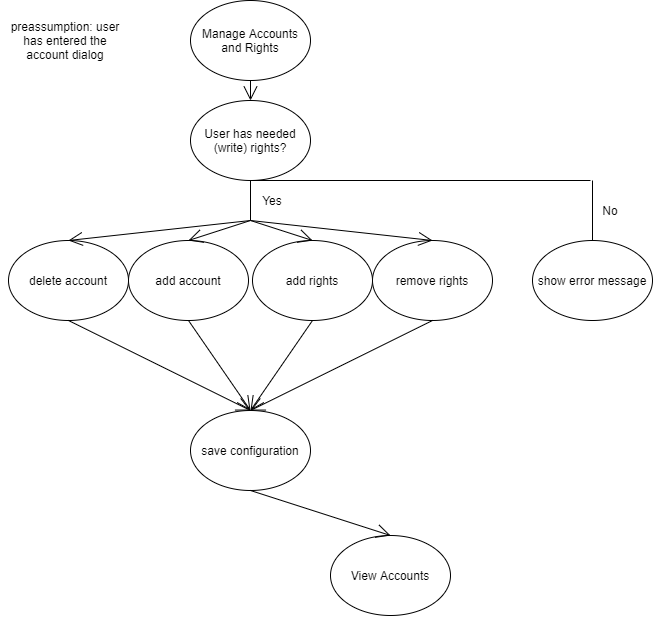
Above: ManageAccountsAndRights_ActivityDiagram.png in mymanu/Camera-Observation-Tool-Documentation (draw.io), before the change. Source tidied: cells renumbered, new cells last; positions are measured from the earlier drawing's top-left corner, leaving out a move shared by most shapes.
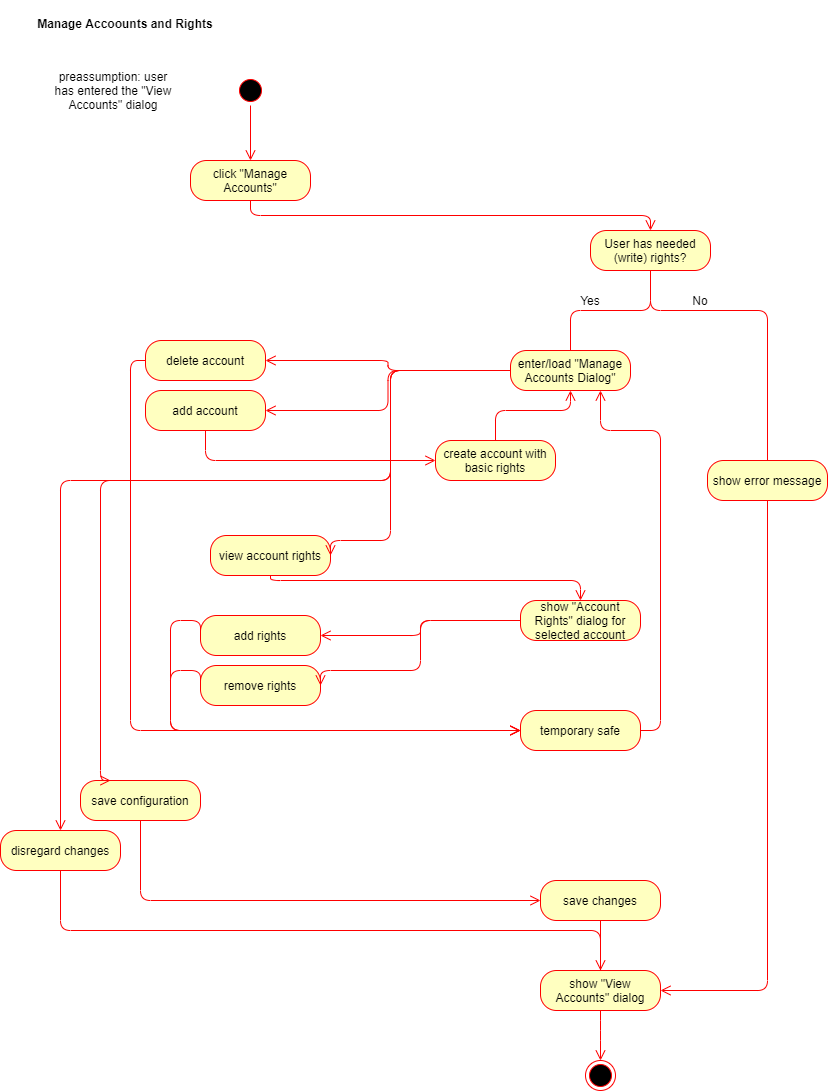
The same diagram one commit later.

Diff of the diagram source:
```diff
@@ -2,100 +2,225 @@
   <root>
     <mxCell id="0" />
     <mxCell id="1" parent="0" />
-    <mxCell id="2" value="Manage Accounts and Rights" style="ellipse;whiteSpace=wrap;html=1;" parent="1" vertex="1">
-      <mxGeometry x="190" width="120" height="80" as="geometry" />
-    </mxCell>
+    <mxCell id="11" value="Yes" style="text;html=1;strokeColor=none;fillColor=none;align=center;verticalAlign=middle;whiteSpace=wrap;rounded=0;" parent="1" vertex="1">
+      <mxGeometry x="540" y="280" width="40" height="20" as="geometry" />
+    </mxCell>
+    <mxCell id="13" value="No" style="text;html=1;strokeColor=none;fillColor=none;align=center;verticalAlign=middle;whiteSpace=wrap;rounded=0;" parent="1" vertex="1">
+      <mxGeometry x="650" y="280" width="40" height="20" as="geometry" />
+    </mxCell>
+    <mxCell id="16" value="preassumption: user has entered the &quot;View Accounts&quot; dialog" style="text;html=1;strokeColor=none;fillColor=none;align=center;verticalAlign=middle;whiteSpace=wrap;rounded=0;" parent="1" vertex="1">
+      <mxGeometry x="18" y="70" width="130" height="20" as="geometry" />
+    </mxCell>
+    <mxCell id="9" value="User has needed (write) rights?" style="rounded=1;whiteSpace=wrap;html=1;arcSize=40;fontColor=#000000;fillColor=#ffffc0;strokeColor=#ff0000;" parent="1" vertex="1">
+      <mxGeometry x="560" y="220" width="120" height="40" as="geometry" />
+    </mxCell>
+    <mxCell id="27" style="ellipse;html=1;shape=startState;fillColor=#000000;strokeColor=#ff0000;" parent="1" vertex="1">
+      <mxGeometry x="205" y="65" width="30" height="30" as="geometry" />
+    </mxCell>
+    <mxCell id="28" style="edgeStyle=orthogonalEdgeStyle;html=1;verticalAlign=bottom;endArrow=open;endSize=8;strokeColor=#ff0000;entryX=0.5;entryY=0;entryDx=0;entryDy=0;" parent="1" edge="1" source="27" target="33">
+      <mxGeometry relative="1" as="geometry" />
+    </mxCell>
+    <mxCell id="29" value="Manage Accoounts and Rights" style="text;align=center;fontStyle=1;verticalAlign=middle;spacingLeft=3;spacingRight=3;strokeColor=none;" parent="1" vertex="1">
+      <mxGeometry x="-30" y="-10" width="250" height="46" as="geometry" />
+    </mxCell>
+    <mxCell id="30" style="ellipse;html=1;shape=endState;fillColor=#000000;strokeColor=#ff0000;" parent="1" vertex="1">
+      <mxGeometry x="555" y="1050" width="30" height="30" as="geometry" />
+    </mxCell>
+    <mxCell id="31" style="endArrow=none;html=1;edgeStyle=orthogonalEdgeStyle;strokeColor=#FF0000;entryX=0.5;entryY=1;entryDx=0;entryDy=0;exitX=0.5;exitY=0;exitDx=0;exitDy=0;" parent="1" edge="1" source="35" target="9">
+      <mxGeometry relative="1" as="geometry" />
+    </mxCell>
+    <mxCell id="32" style="endArrow=none;html=1;edgeStyle=orthogonalEdgeStyle;strokeColor=#FF0000;entryX=0.5;entryY=1;entryDx=0;entryDy=0;exitX=0.5;exitY=0;exitDx=0;exitDy=0;" parent="1" edge="1" source="8" target="9">
+      <mxGeometry relative="1" as="geometry">
+        <Array as="points">
+          <mxPoint x="737" y="300" />
+          <mxPoint x="620" y="300" />
+        </Array>
+      </mxGeometry>
+    </mxCell>
+    <mxCell id="33" value="click &quot;Manage Accounts&quot;" style="rounded=1;whiteSpace=wrap;html=1;arcSize=40;fontColor=#000000;fillColor=#ffffc0;strokeColor=#ff0000;" parent="1" vertex="1">
+      <mxGeometry x="160" y="150" width="120" height="40" as="geometry" />
+    </mxCell>
+    <mxCell id="34" style="edgeStyle=orthogonalEdgeStyle;html=1;verticalAlign=bottom;endArrow=open;endSize=8;strokeColor=#ff0000;entryX=0.5;entryY=0;entryDx=0;entryDy=0;exitX=0.5;exitY=1;exitDx=0;exitDy=0;" parent="1" edge="1" source="33" target="9">
+      <mxGeometry relative="1" as="geometry" />
+    </mxCell>
+    <mxCell id="8" value="show error message" style="rounded=1;whiteSpace=wrap;html=1;arcSize=40;fontColor=#000000;fillColor=#ffffc0;strokeColor=#ff0000;" parent="1" vertex="1">
+      <mxGeometry x="677" y="450" width="120" height="40" as="geometry" />
+    </mxCell>
+    <mxCell id="35" value="enter/load &quot;Manage Accounts Dialog&quot;" style="rounded=1;whiteSpace=wrap;html=1;arcSize=40;fontColor=#000000;fillColor=#ffffc0;strokeColor=#ff0000;" parent="1" vertex="1">
+      <mxGeometry x="480" y="340" width="120" height="40" as="geometry" />
+    </mxCell>
+    <mxCell id="5" value="delete account" style="rounded=1;whiteSpace=wrap;html=1;arcSize=40;fontColor=#000000;fillColor=#ffffc0;strokeColor=#ff0000;" parent="1" vertex="1">
+      <mxGeometry x="115" y="330" width="120" height="40" as="geometry" />
+    </mxCell>
-    <mxCell id="3" value="add account" style="ellipse;whiteSpace=wrap;html=1;" parent="1" vertex="1">
-      <mxGeometry x="128" y="240" width="120" height="80" as="geometry" />
+    <mxCell id="3" value="add account" style="rounded=1;whiteSpace=wrap;html=1;arcSize=40;fontColor=#000000;fillColor=#ffffc0;strokeColor=#ff0000;" parent="1" vertex="1">
+      <mxGeometry x="115" y="380" width="120" height="40" as="geometry" />
     </mxCell>
-    <mxCell id="4" value="add rights" style="ellipse;whiteSpace=wrap;html=1;" parent="1" vertex="1">
-      <mxGeometry x="252" y="240" width="120" height="80" as="geometry" />
+    <mxCell id="4" value="add rights" style="rounded=1;whiteSpace=wrap;html=1;arcSize=40;fontColor=#000000;fillColor=#ffffc0;strokeColor=#ff0000;" parent="1" vertex="1">
+      <mxGeometry x="170" y="605" width="120" height="40" as="geometry" />
     </mxCell>
-    <mxCell id="5" value="delete account" style="ellipse;whiteSpace=wrap;html=1;" parent="1" vertex="1">
-      <mxGeometry x="8" y="240" width="120" height="80" as="geometry" />
-    </mxCell>
+    <mxCell id="7" value="remove rights" style="rounded=1;whiteSpace=wrap;html=1;arcSize=40;fontColor=#000000;fillColor=#ffffc0;strokeColor=#ff0000;" parent="1" vertex="1">
+      <mxGeometry x="170" y="655" width="120" height="40" as="geometry" />
+    </mxCell>
-    <mxCell id="6" value="save configuration" style="ellipse;whiteSpace=wrap;html=1;" parent="1" vertex="1">
-      <mxGeometry x="190" y="410" width="120" height="80" as="geometry" />
+    <mxCell id="6" value="save configuration" style="rounded=1;whiteSpace=wrap;html=1;arcSize=40;fontColor=#000000;fillColor=#ffffc0;strokeColor=#ff0000;" parent="1" vertex="1">
+      <mxGeometry x="50" y="770" width="120" height="40" as="geometry" />
     </mxCell>
-    <mxCell id="7" value="remove rights" style="ellipse;whiteSpace=wrap;html=1;" parent="1" vertex="1">
-      <mxGeometry x="372" y="240" width="120" height="80" as="geometry" />
-    </mxCell>
-    <mxCell id="8" value="show error message" style="ellipse;whiteSpace=wrap;html=1;" parent="1" vertex="1">
-      <mxGeometry x="532" y="240" width="120" height="80" as="geometry" />
-    </mxCell>
-    <mxCell id="9" value="User has needed (write) rights?" style="ellipse;whiteSpace=wrap;html=1;" parent="1" vertex="1">
-      <mxGeometry x="190" y="100" width="120" height="80" as="geometry" />
-    </mxCell>
-    <mxCell id="10" style="endArrow=none;html=1;exitX=0.5;exitY=1;exitDx=0;exitDy=0;" parent="1" edge="1" source="9">
-      <mxGeometry relative="1" as="geometry">
-        <mxPoint x="250" y="220" as="targetPoint" />
-      </mxGeometry>
-    </mxCell>
-    <mxCell id="11" value="Yes" style="text;html=1;strokeColor=none;fillColor=none;align=center;verticalAlign=middle;whiteSpace=wrap;rounded=0;" parent="1" vertex="1">
-      <mxGeometry x="252" y="190" width="40" height="20" as="geometry" />
-    </mxCell>
-    <mxCell id="12" value="View Accounts" style="ellipse;whiteSpace=wrap;html=1;" parent="1" vertex="1">
-      <mxGeometry x="330" y="535" width="120" height="80" as="geometry" />
-    </mxCell>
-    <mxCell id="13" value="No" style="text;html=1;strokeColor=none;fillColor=none;align=center;verticalAlign=middle;whiteSpace=wrap;rounded=0;" parent="1" vertex="1">
-      <mxGeometry x="590" y="200" width="40" height="20" as="geometry" />
-    </mxCell>
-    <mxCell id="14" style="endArrow=none;html=1;exitX=0.5;exitY=1;exitDx=0;exitDy=0;" parent="1" edge="1" source="9">
-      <mxGeometry relative="1" as="geometry">
-        <mxPoint x="590" y="180" as="targetPoint" />
-      </mxGeometry>
-    </mxCell>
-    <mxCell id="15" style="endArrow=none;html=1;entryX=0.5;entryY=0;entryDx=0;entryDy=0;" parent="1" edge="1" target="8">
-      <mxGeometry relative="1" as="geometry">
-        <mxPoint x="592" y="180" as="sourcePoint" />
-      </mxGeometry>
-    </mxCell>
-    <mxCell id="16" value="preassumption: user has entered the account dialog" style="text;html=1;strokeColor=none;fillColor=none;align=center;verticalAlign=middle;whiteSpace=wrap;rounded=0;" parent="1" vertex="1">
-      <mxGeometry y="30" width="130" height="20" as="geometry" />
-    </mxCell>
-    <mxCell id="17" style="endArrow=open;endFill=1;endSize=12;html=1;exitX=0.5;exitY=1;exitDx=0;exitDy=0;entryX=0.5;entryY=0;entryDx=0;entryDy=0;" parent="1" edge="1" source="2" target="9">
-      <mxGeometry relative="1" as="geometry" />
-    </mxCell>
-    <mxCell id="18" style="endArrow=open;endFill=1;endSize=12;html=1;entryX=0.5;entryY=0;entryDx=0;entryDy=0;" parent="1" edge="1" target="5">
-      <mxGeometry relative="1" as="geometry">
-        <mxPoint x="250" y="220" as="sourcePoint" />
-      </mxGeometry>
-    </mxCell>
-    <mxCell id="19" style="endArrow=open;endFill=1;endSize=12;html=1;entryX=0.5;entryY=0;entryDx=0;entryDy=0;" parent="1" edge="1" target="3">
-      <mxGeometry relative="1" as="geometry">
-        <mxPoint x="250" y="220" as="sourcePoint" />
-      </mxGeometry>
-    </mxCell>
-    <mxCell id="20" style="endArrow=open;endFill=1;endSize=12;html=1;entryX=0.5;entryY=0;entryDx=0;entryDy=0;" parent="1" edge="1" target="4">
-      <mxGeometry relative="1" as="geometry">
-        <mxPoint x="250" y="220" as="sourcePoint" />
-      </mxGeometry>
-    </mxCell>
-    <mxCell id="21" style="endArrow=open;endFill=1;endSize=12;html=1;entryX=0.5;entryY=0;entryDx=0;entryDy=0;" parent="1" edge="1" target="7">
-      <mxGeometry relative="1" as="geometry">
-        <mxPoint x="250" y="220" as="sourcePoint" />
-      </mxGeometry>
-    </mxCell>
-    <mxCell id="22" style="endArrow=open;endFill=1;endSize=12;html=1;entryX=0.5;entryY=0;entryDx=0;entryDy=0;exitX=0.5;exitY=1;exitDx=0;exitDy=0;" parent="1" edge="1" source="5" target="6">
-      <mxGeometry relative="1" as="geometry" />
-    </mxCell>
-    <mxCell id="23" style="endArrow=open;endFill=1;endSize=12;html=1;exitX=0.5;exitY=1;exitDx=0;exitDy=0;" parent="1" edge="1" source="3">
-      <mxGeometry relative="1" as="geometry">
-        <mxPoint x="250" y="410" as="targetPoint" />
-      </mxGeometry>
-    </mxCell>
-    <mxCell id="24" style="endArrow=open;endFill=1;endSize=12;html=1;exitX=0.5;exitY=1;exitDx=0;exitDy=0;" parent="1" edge="1" source="4">
-      <mxGeometry relative="1" as="geometry">
-        <mxPoint x="250" y="410" as="targetPoint" />
-      </mxGeometry>
-    </mxCell>
-    <mxCell id="25" style="endArrow=open;endFill=1;endSize=12;html=1;exitX=0.5;exitY=1;exitDx=0;exitDy=0;" parent="1" edge="1" source="7">
-      <mxGeometry relative="1" as="geometry">
-        <mxPoint x="250" y="410" as="targetPoint" />
-      </mxGeometry>
-    </mxCell>
-    <mxCell id="26" style="endArrow=open;endFill=1;endSize=12;html=1;entryX=0.5;entryY=0;entryDx=0;entryDy=0;exitX=0.5;exitY=1;exitDx=0;exitDy=0;" parent="1" edge="1" source="6" target="12">
-      <mxGeometry relative="1" as="geometry" />
-    </mxCell>
+    <mxCell id="36" value="view account rights" style="rounded=1;whiteSpace=wrap;html=1;arcSize=40;fontColor=#000000;fillColor=#ffffc0;strokeColor=#ff0000;" parent="1" vertex="1">
+      <mxGeometry x="180" y="525" width="120" height="40" as="geometry" />
+    </mxCell>
+    <mxCell id="37" value="show &quot;Account Rights&quot; dialog for selected account" style="rounded=1;whiteSpace=wrap;html=1;arcSize=40;fontColor=#000000;fillColor=#ffffc0;strokeColor=#ff0000;" parent="1" vertex="1">
+      <mxGeometry x="490" y="590" width="120" height="40" as="geometry" />
+    </mxCell>
+    <mxCell id="38" style="edgeStyle=orthogonalEdgeStyle;html=1;verticalAlign=bottom;endArrow=open;endSize=8;strokeColor=#ff0000;entryX=1;entryY=0.5;entryDx=0;entryDy=0;exitX=0;exitY=0.5;exitDx=0;exitDy=0;" parent="1" edge="1" source="35" target="5">
+      <mxGeometry relative="1" as="geometry" />
+    </mxCell>
+    <mxCell id="39" style="edgeStyle=orthogonalEdgeStyle;html=1;verticalAlign=bottom;endArrow=open;endSize=8;strokeColor=#ff0000;entryX=1;entryY=0.5;entryDx=0;entryDy=0;exitX=0;exitY=0.5;exitDx=0;exitDy=0;" parent="1" edge="1" source="35" target="3">
+      <mxGeometry relative="1" as="geometry" />
+    </mxCell>
+    <mxCell id="40" style="edgeStyle=orthogonalEdgeStyle;html=1;verticalAlign=bottom;endArrow=open;endSize=8;strokeColor=#ff0000;entryX=1;entryY=0.5;entryDx=0;entryDy=0;exitX=0;exitY=0.5;exitDx=0;exitDy=0;" parent="1" edge="1" source="35" target="36">
+      <mxGeometry relative="1" as="geometry">
+        <Array as="points">
+          <mxPoint x="360" y="360" />
+          <mxPoint x="360" y="530" />
+        </Array>
+      </mxGeometry>
+    </mxCell>
+    <mxCell id="41" style="edgeStyle=orthogonalEdgeStyle;html=1;verticalAlign=bottom;endArrow=open;endSize=8;strokeColor=#ff0000;entryX=0.5;entryY=0;entryDx=0;entryDy=0;exitX=0.5;exitY=1;exitDx=0;exitDy=0;" parent="1" edge="1" source="36" target="37">
+      <mxGeometry relative="1" as="geometry">
+        <Array as="points">
+          <mxPoint x="240" y="570" />
+          <mxPoint x="550" y="570" />
+        </Array>
+      </mxGeometry>
+    </mxCell>
+    <mxCell id="42" style="edgeStyle=orthogonalEdgeStyle;html=1;verticalAlign=bottom;endArrow=open;endSize=8;strokeColor=#ff0000;exitX=0;exitY=0.5;exitDx=0;exitDy=0;entryX=1;entryY=0.5;entryDx=0;entryDy=0;" parent="1" edge="1" source="37" target="4">
+      <mxGeometry relative="1" as="geometry" />
+    </mxCell>
+    <mxCell id="43" style="edgeStyle=orthogonalEdgeStyle;html=1;verticalAlign=bottom;endArrow=open;endSize=8;strokeColor=#ff0000;entryX=1;entryY=0.5;entryDx=0;entryDy=0;exitX=0;exitY=0.5;exitDx=0;exitDy=0;" parent="1" edge="1" source="37" target="7">
+      <mxGeometry relative="1" as="geometry">
+        <Array as="points">
+          <mxPoint x="390" y="610" />
+          <mxPoint x="390" y="660" />
+        </Array>
+      </mxGeometry>
+    </mxCell>
+    <mxCell id="44" style="edgeStyle=orthogonalEdgeStyle;html=1;verticalAlign=bottom;endArrow=open;endSize=8;strokeColor=#ff0000;exitX=0.5;exitY=1;exitDx=0;exitDy=0;entryX=0;entryY=0.5;entryDx=0;entryDy=0;" parent="1" edge="1" source="3" target="45">
+      <mxGeometry relative="1" as="geometry">
+        <Array as="points">
+          <mxPoint x="175" y="450" />
+        </Array>
+      </mxGeometry>
+    </mxCell>
+    <mxCell id="45" value="create account with basic rights" style="rounded=1;whiteSpace=wrap;html=1;arcSize=40;fontColor=#000000;fillColor=#ffffc0;strokeColor=#ff0000;" parent="1" vertex="1">
+      <mxGeometry x="405" y="430" width="120" height="40" as="geometry" />
+    </mxCell>
+    <mxCell id="46" style="edgeStyle=orthogonalEdgeStyle;html=1;verticalAlign=bottom;endArrow=open;endSize=8;strokeColor=#ff0000;entryX=0.5;entryY=1;entryDx=0;entryDy=0;exitX=0.5;exitY=0;exitDx=0;exitDy=0;" parent="1" edge="1" source="45" target="35">
+      <mxGeometry relative="1" as="geometry">
+        <Array as="points">
+          <mxPoint x="465" y="400" />
+          <mxPoint x="540" y="400" />
+        </Array>
+      </mxGeometry>
+    </mxCell>
+    <mxCell id="47" style="edgeStyle=orthogonalEdgeStyle;html=1;verticalAlign=bottom;endArrow=open;endSize=8;strokeColor=#ff0000;exitX=0;exitY=0.5;exitDx=0;exitDy=0;entryX=0;entryY=0.5;entryDx=0;entryDy=0;" parent="1" edge="1" source="4" target="48">
+      <mxGeometry relative="1" as="geometry">
+        <Array as="points">
+          <mxPoint x="140" y="610" />
+          <mxPoint x="140" y="720" />
+        </Array>
+      </mxGeometry>
+    </mxCell>
+    <mxCell id="48" value="temporary safe" style="rounded=1;whiteSpace=wrap;html=1;arcSize=40;fontColor=#000000;fillColor=#ffffc0;strokeColor=#ff0000;" parent="1" vertex="1">
+      <mxGeometry x="490" y="700" width="120" height="40" as="geometry" />
+    </mxCell>
+    <mxCell id="49" style="edgeStyle=orthogonalEdgeStyle;html=1;verticalAlign=bottom;endArrow=open;endSize=8;strokeColor=#ff0000;exitX=1;exitY=0.5;exitDx=0;exitDy=0;entryX=0.75;entryY=1;entryDx=0;entryDy=0;" parent="1" edge="1" source="48" target="35">
+      <mxGeometry relative="1" as="geometry">
+        <Array as="points">
+          <mxPoint x="630" y="720" />
+          <mxPoint x="630" y="420" />
+          <mxPoint x="570" y="420" />
+        </Array>
+      </mxGeometry>
+    </mxCell>
+    <mxCell id="50" value="save changes" style="rounded=1;whiteSpace=wrap;html=1;arcSize=40;fontColor=#000000;fillColor=#ffffc0;strokeColor=#ff0000;" parent="1" vertex="1">
+      <mxGeometry x="510" y="870" width="120" height="40" as="geometry" />
+    </mxCell>
+    <mxCell id="51" style="edgeStyle=orthogonalEdgeStyle;html=1;verticalAlign=bottom;endArrow=open;endSize=8;strokeColor=#ff0000;exitX=0;exitY=0.5;exitDx=0;exitDy=0;entryX=0;entryY=0.5;entryDx=0;entryDy=0;" parent="1" edge="1" source="7" target="48">
+      <mxGeometry relative="1" as="geometry">
+        <Array as="points">
+          <mxPoint x="140" y="660" />
+          <mxPoint x="140" y="720" />
+        </Array>
+      </mxGeometry>
+    </mxCell>
+    <mxCell id="52" style="edgeStyle=orthogonalEdgeStyle;html=1;verticalAlign=bottom;endArrow=open;endSize=8;strokeColor=#ff0000;exitX=0;exitY=0.5;exitDx=0;exitDy=0;entryX=0.25;entryY=0;entryDx=0;entryDy=0;" parent="1" edge="1" source="35" target="6">
+      <mxGeometry relative="1" as="geometry">
+        <Array as="points">
+          <mxPoint x="360" y="360" />
+          <mxPoint x="360" y="470" />
+          <mxPoint x="70" y="470" />
+          <mxPoint x="70" y="770" />
+        </Array>
+      </mxGeometry>
+    </mxCell>
+    <mxCell id="53" style="edgeStyle=orthogonalEdgeStyle;html=1;verticalAlign=bottom;endArrow=open;endSize=8;strokeColor=#ff0000;exitX=0.5;exitY=1;exitDx=0;exitDy=0;entryX=0;entryY=0.5;entryDx=0;entryDy=0;" parent="1" edge="1" source="6" target="50">
+      <mxGeometry relative="1" as="geometry">
+        <Array as="points">
+          <mxPoint x="110" y="890" />
+        </Array>
+      </mxGeometry>
+    </mxCell>
+    <mxCell id="54" style="edgeStyle=orthogonalEdgeStyle;html=1;verticalAlign=bottom;endArrow=open;endSize=8;strokeColor=#ff0000;exitX=0.5;exitY=1;exitDx=0;exitDy=0;entryX=0.5;entryY=0;entryDx=0;entryDy=0;" parent="1" edge="1" source="50" target="56">
+      <mxGeometry relative="1" as="geometry">
+        <Array as="points">
+          <mxPoint x="570" y="980" />
+        </Array>
+      </mxGeometry>
+    </mxCell>
+    <mxCell id="55" style="edgeStyle=orthogonalEdgeStyle;html=1;verticalAlign=bottom;endArrow=open;endSize=8;strokeColor=#ff0000;exitX=0;exitY=0.5;exitDx=0;exitDy=0;entryX=0;entryY=0.5;entryDx=0;entryDy=0;" parent="1" edge="1" source="5" target="48">
+      <mxGeometry relative="1" as="geometry">
+        <Array as="points">
+          <mxPoint x="100" y="350" />
+          <mxPoint x="100" y="720" />
+        </Array>
+      </mxGeometry>
+    </mxCell>
+    <mxCell id="56" value="show &quot;View Accounts&quot; dialog" style="rounded=1;whiteSpace=wrap;html=1;arcSize=40;fontColor=#000000;fillColor=#ffffc0;strokeColor=#ff0000;" parent="1" vertex="1">
+      <mxGeometry x="510" y="960" width="120" height="40" as="geometry" />
+    </mxCell>
+    <mxCell id="57" value="disregard changes" style="rounded=1;whiteSpace=wrap;html=1;arcSize=40;fontColor=#000000;fillColor=#ffffc0;strokeColor=#ff0000;" parent="1" vertex="1">
+      <mxGeometry x="-30" y="820" width="120" height="40" as="geometry" />
+    </mxCell>
+    <mxCell id="58" style="edgeStyle=orthogonalEdgeStyle;html=1;verticalAlign=bottom;endArrow=open;endSize=8;strokeColor=#ff0000;exitX=0;exitY=0.5;exitDx=0;exitDy=0;entryX=0.5;entryY=0;entryDx=0;entryDy=0;" parent="1" edge="1" source="35" target="57">
+      <mxGeometry relative="1" as="geometry">
+        <Array as="points">
+          <mxPoint x="360" y="360" />
+          <mxPoint x="360" y="470" />
+          <mxPoint x="30" y="470" />
+        </Array>
+      </mxGeometry>
+    </mxCell>
+    <mxCell id="59" style="edgeStyle=orthogonalEdgeStyle;html=1;verticalAlign=bottom;endArrow=open;endSize=8;strokeColor=#ff0000;exitX=0.5;exitY=1;exitDx=0;exitDy=0;entryX=0.5;entryY=0;entryDx=0;entryDy=0;" parent="1" edge="1" source="57" target="56">
+      <mxGeometry relative="1" as="geometry">
+        <Array as="points">
+          <mxPoint x="30" y="920" />
+          <mxPoint x="570" y="920" />
+        </Array>
+      </mxGeometry>
+    </mxCell>
+    <mxCell id="60" style="edgeStyle=orthogonalEdgeStyle;html=1;verticalAlign=bottom;endArrow=open;endSize=8;strokeColor=#ff0000;exitX=0.5;exitY=1;exitDx=0;exitDy=0;entryX=0.5;entryY=0;entryDx=0;entryDy=0;" parent="1" edge="1" source="56" target="30">
+      <mxGeometry relative="1" as="geometry">
+        <Array as="points">
+          <mxPoint x="570" y="1020" />
+          <mxPoint x="570" y="1020" />
+        </Array>
+      </mxGeometry>
+    </mxCell>
+    <mxCell id="61" style="edgeStyle=orthogonalEdgeStyle;html=1;verticalAlign=bottom;endArrow=open;endSize=8;strokeColor=#ff0000;exitX=0.5;exitY=1;exitDx=0;exitDy=0;entryX=1;entryY=0.5;entryDx=0;entryDy=0;" parent="1" edge="1" source="8" target="56">
+      <mxGeometry relative="1" as="geometry">
+        <Array as="points">
+          <mxPoint x="737" y="980" />
+        </Array>
+      </mxGeometry>
+    </mxCell>
   </root>
 </mxGraphModel>
```
